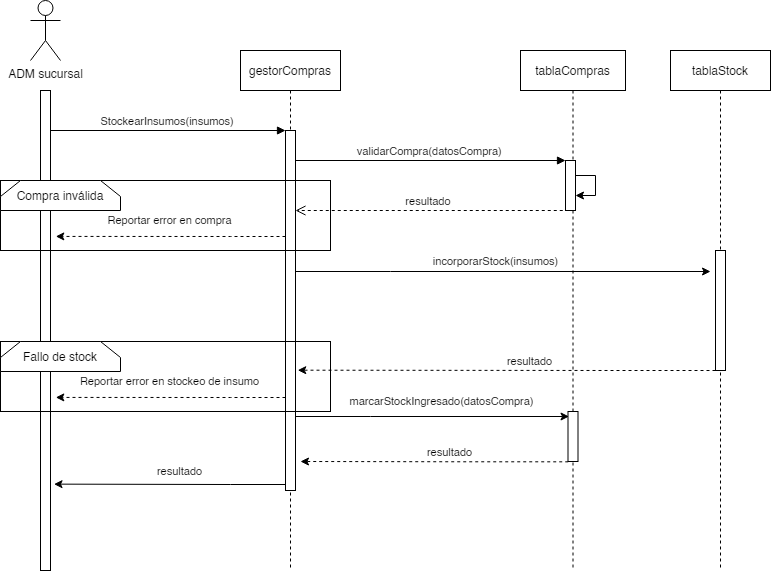
This is Diagramas/diagrama de secuencia.png from T-Lion/Metodologia3, a draw.io export, as it was before one commit. Source tidied: cells renumbered, new cells last; positions are measured from the earlier drawing's top-left corner, leaving out a move shared by most shapes.
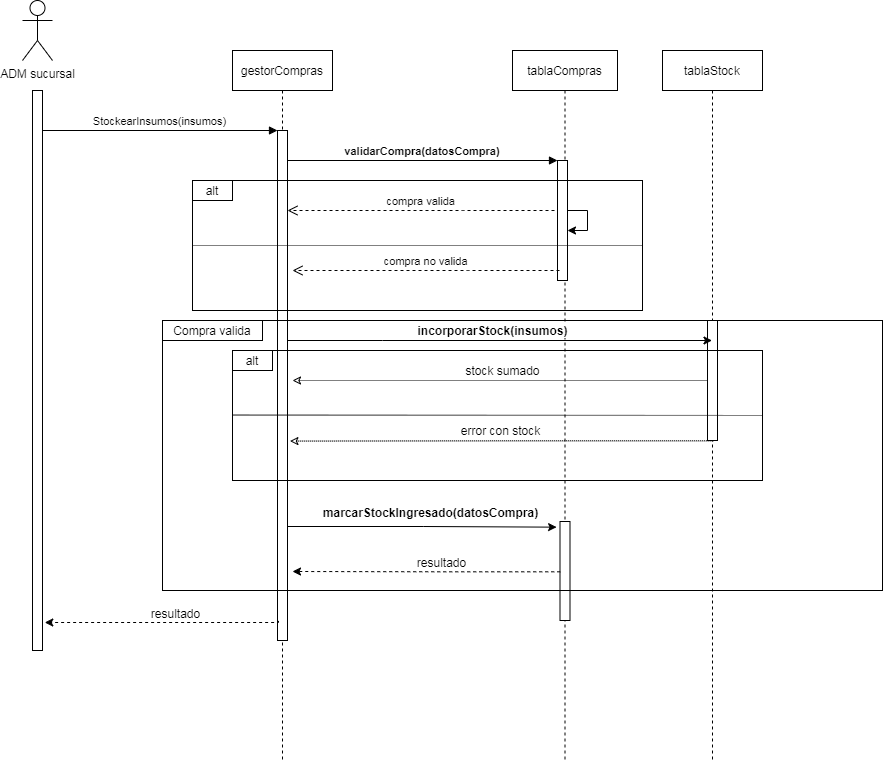
The same file after the commit.

Commit message:
se actualiza el diagrama de secuencia, version final

Change to the diagram source:
```diff
@@ -3,124 +3,130 @@
     <mxCell id="0" />
     <mxCell id="1" parent="0" />
     <mxCell id="2" value="gestorCompras" style="shape=umlLifeline;perimeter=lifelinePerimeter;rounded=0;shadow=0;strokeWidth=1;" parent="1" vertex="1">
-      <mxGeometry x="240" y="50" width="100" height="520" as="geometry" />
+      <mxGeometry x="240" y="50" width="100" height="710" as="geometry" />
     </mxCell>
     <mxCell id="3" style="points=[];perimeter=orthogonalPerimeter;rounded=0;shadow=0;strokeWidth=1;" parent="2" vertex="1">
-      <mxGeometry x="45" y="80" width="10" height="360" as="geometry" />
+      <mxGeometry x="45" y="80" width="10" height="510" as="geometry" />
     </mxCell>
     <mxCell id="4" value="tablaCompras" style="shape=umlLifeline;perimeter=lifelinePerimeter;rounded=0;shadow=0;strokeWidth=1;" parent="1" vertex="1">
-      <mxGeometry x="520" y="50" width="105" height="520" as="geometry" />
+      <mxGeometry x="520" y="50" width="105" height="710" as="geometry" />
     </mxCell>
     <mxCell id="5" style="points=[];perimeter=orthogonalPerimeter;rounded=0;shadow=0;strokeWidth=1;" parent="4" vertex="1">
-      <mxGeometry x="45" y="110" width="10" height="50" as="geometry" />
+      <mxGeometry x="45" y="110" width="10" height="120" as="geometry" />
     </mxCell>
     <mxCell id="6" style="edgeStyle=orthogonalEdgeStyle;rounded=0;orthogonalLoop=1;jettySize=auto;html=1;startArrow=none;startFill=0;strokeColor=#000000;" parent="4" edge="1" source="5" target="5">
       <mxGeometry relative="1" as="geometry" />
     </mxCell>
-    <mxCell id="7" value="resultado" style="verticalAlign=bottom;endArrow=open;dashed=1;endSize=8;shadow=0;strokeWidth=1;exitX=-0.273;exitY=1;exitDx=0;exitDy=0;exitPerimeter=0;" parent="1" edge="1" source="5" target="3">
-      <mxGeometry relative="1" as="geometry" />
+    <mxCell id="7" value="compra valida" style="verticalAlign=bottom;endArrow=open;dashed=1;endSize=8;shadow=0;strokeWidth=1;" parent="1" edge="1" target="3">
+      <mxGeometry relative="1" as="geometry">
+        <mxPoint x="562" y="210" as="sourcePoint" />
+        <Array as="points">
+          <mxPoint x="480" y="210" />
+        </Array>
+      </mxGeometry>
     </mxCell>
-    <mxCell id="8" value="validarCompra(datosCompra)" style="verticalAlign=bottom;endArrow=block;entryX=0;entryY=0;shadow=0;strokeWidth=1;" parent="1" edge="1" source="3" target="5">
+    <mxCell id="8" value="validarCompra(datosCompra)" style="verticalAlign=bottom;endArrow=block;entryX=0;entryY=0;shadow=0;strokeWidth=1;fontStyle=1;" parent="1" edge="1" source="3" target="5">
       <mxGeometry relative="1" as="geometry" />
     </mxCell>
     <mxCell id="9" value="tablaStock" style="shape=umlLifeline;perimeter=lifelinePerimeter;rounded=0;shadow=0;strokeWidth=1;" parent="1" vertex="1">
-      <mxGeometry x="670" y="50" width="100" height="520" as="geometry" />
+      <mxGeometry x="670" y="50" width="100" height="710" as="geometry" />
     </mxCell>
     <mxCell id="10" style="points=[];perimeter=orthogonalPerimeter;rounded=0;shadow=0;strokeWidth=1;" parent="9" vertex="1">
-      <mxGeometry x="45" y="200" width="10" height="120" as="geometry" />
+      <mxGeometry x="45" y="270" width="10" height="120" as="geometry" />
     </mxCell>
     <mxCell id="11" value="ADM sucursal" style="shape=umlActor;verticalLabelPosition=bottom;verticalAlign=top;html=1;" parent="1" vertex="1">
       <mxGeometry x="30" width="30" height="60" as="geometry" />
     </mxCell>
     <mxCell id="12" style="rounded=0;whiteSpace=wrap;html=1;" parent="1" vertex="1">
-      <mxGeometry x="40" y="90" width="10" height="480" as="geometry" />
+      <mxGeometry x="40" y="90" width="10" height="560" as="geometry" />
     </mxCell>
     <mxCell id="13" value="StockearInsumos(insumos)" style="verticalAlign=bottom;startArrow=none;endArrow=block;startSize=8;shadow=0;strokeWidth=1;startFill=0;" parent="1" edge="1" target="3">
       <mxGeometry relative="1" as="geometry">
         <mxPoint x="50" y="130" as="sourcePoint" />
       </mxGeometry>
     </mxCell>
-    <mxCell id="14" value="incorporarStock(insumos)" style="edgeStyle=orthogonalEdgeStyle;rounded=0;orthogonalLoop=1;jettySize=auto;html=1;startArrow=none;startFill=0;strokeColor=#000000;" parent="1" edge="1">
+    <mxCell id="14" value="&lt;b&gt;incorporarStock(insumos)&lt;/b&gt;" style="edgeStyle=orthogonalEdgeStyle;rounded=0;orthogonalLoop=1;jettySize=auto;html=1;startArrow=none;startFill=0;strokeColor=#000000;" parent="1" edge="1">
       <mxGeometry x="-0.03" y="10" relative="1" as="geometry">
-        <mxPoint x="295" y="271" as="sourcePoint" />
-        <mxPoint x="710" y="271" as="targetPoint" />
+        <mxPoint x="295" y="340" as="sourcePoint" />
+        <mxPoint x="719.5" y="340" as="targetPoint" />
         <Array as="points">
-          <mxPoint x="390" y="271" />
-          <mxPoint x="390" y="271" />
+          <mxPoint x="390" y="340" />
+          <mxPoint x="390" y="340" />
         </Array>
       </mxGeometry>
     </mxCell>
     <mxCell id="15" style="points=[];perimeter=orthogonalPerimeter;rounded=0;shadow=0;strokeWidth=1;" parent="1" vertex="1">
-      <mxGeometry x="567.5" y="411" width="10" height="50" as="geometry" />
+      <mxGeometry x="567.5" y="521" width="10" height="99" as="geometry" />
     </mxCell>
-    <mxCell id="16" value="resultado" style="edgeStyle=orthogonalEdgeStyle;rounded=0;orthogonalLoop=1;jettySize=auto;html=1;entryX=1.227;entryY=0.663;entryDx=0;entryDy=0;entryPerimeter=0;dashed=1;startArrow=none;startFill=0;strokeColor=#000000;" parent="1" edge="1">
-      <mxGeometry x="-0.11" y="-9" relative="1" as="geometry">
-        <mxPoint x="715" y="370" as="sourcePoint" />
-        <mxPoint x="297.3" y="369.7" as="targetPoint" />
-        <Array as="points">
-          <mxPoint x="610" y="370" />
-          <mxPoint x="610" y="370" />
-        </Array>
-      </mxGeometry>
-    </mxCell>
-    <mxCell id="17" value="marcarStockIngresado(datosCompra)" style="edgeStyle=orthogonalEdgeStyle;rounded=0;jettySize=auto;html=1;entryX=0.102;entryY=0.1;entryDx=0;entryDy=0;entryPerimeter=0;startArrow=none;startFill=0;strokeColor=#000000;" parent="1" edge="1" target="15">
+    <mxCell id="17" value="marcarStockIngresado(datosCompra)" style="edgeStyle=orthogonalEdgeStyle;rounded=0;jettySize=auto;html=1;startArrow=none;startFill=0;strokeColor=#000000;fontStyle=1;entryX=-0.34;entryY=0.057;entryDx=0;entryDy=0;entryPerimeter=0;" parent="1" edge="1" target="15">
       <mxGeometry x="0.06" y="15" relative="1" as="geometry">
-        <mxPoint x="295" y="416" as="sourcePoint" />
-        <Array as="points">
-          <mxPoint x="370" y="416" />
-          <mxPoint x="370" y="416" />
-        </Array>
+        <mxPoint x="295" y="526" as="sourcePoint" />
       </mxGeometry>
     </mxCell>
     <mxCell id="18" value="resultado" style="edgeStyle=orthogonalEdgeStyle;rounded=0;orthogonalLoop=1;jettySize=auto;html=1;dashed=1;startArrow=none;startFill=0;strokeColor=#000000;" parent="1" edge="1">
       <mxGeometry x="-0.11" y="-9" relative="1" as="geometry">
-        <mxPoint x="567.7" y="461.3" as="sourcePoint" />
-        <mxPoint x="300" y="461" as="targetPoint" />
+        <mxPoint x="567.7" y="571.3" as="sourcePoint" />
+        <mxPoint x="300" y="571" as="targetPoint" />
         <Array as="points">
-          <mxPoint x="462.7" y="461.3" />
-          <mxPoint x="462.7" y="461.3" />
+          <mxPoint x="462.7" y="571.3" />
+          <mxPoint x="462.7" y="571.3" />
         </Array>
       </mxGeometry>
     </mxCell>
-    <mxCell id="19" value="resultado" style="edgeStyle=orthogonalEdgeStyle;rounded=0;orthogonalLoop=1;jettySize=auto;html=1;entryX=1.352;entryY=0.818;entryDx=0;entryDy=0;entryPerimeter=0;startArrow=none;startFill=0;strokeColor=#000000;" parent="1" edge="1">
-      <mxGeometry x="-0.09" y="-13" relative="1" as="geometry">
-        <mxPoint x="285" y="484" as="sourcePoint" />
-        <mxPoint x="53.5" y="483.6" as="targetPoint" />
-        <Array as="points">
-          <mxPoint x="230" y="484" />
-          <mxPoint x="230" y="484" />
-        </Array>
-      </mxGeometry>
-    </mxCell>
-    <mxCell id="20" style="rounded=0;whiteSpace=wrap;html=1;fillColor=none;" parent="1" vertex="1">
-      <mxGeometry y="180" width="330" height="70" as="geometry" />
-    </mxCell>
-    <mxCell id="21" value="Compra inválida" style="shape=loopLimit;whiteSpace=wrap;html=1;" parent="1" vertex="1">
-      <mxGeometry y="180" width="120" height="30" as="geometry" />
-    </mxCell>
-    <mxCell id="22" value="Reportar error en compra" style="edgeStyle=orthogonalEdgeStyle;rounded=0;jettySize=auto;html=1;entryX=1.533;entryY=0.304;entryDx=0;entryDy=0;entryPerimeter=0;dashed=1;" parent="1" edge="1" source="3" target="12">
-      <mxGeometry y="-16" relative="1" as="geometry">
-        <Array as="points">
-          <mxPoint x="230" y="236" />
-          <mxPoint x="230" y="236" />
-        </Array>
-      </mxGeometry>
-    </mxCell>
-    <mxCell id="23" style="rounded=0;whiteSpace=wrap;html=1;fillColor=none;" parent="1" vertex="1">
-      <mxGeometry y="341" width="330" height="70" as="geometry" />
-    </mxCell>
-    <mxCell id="24" value="Fallo de stock" style="shape=loopLimit;whiteSpace=wrap;html=1;" parent="1" vertex="1">
-      <mxGeometry y="341" width="120" height="30" as="geometry" />
-    </mxCell>
-    <mxCell id="25" value="Reportar error en stockeo de insumo" style="edgeStyle=orthogonalEdgeStyle;rounded=0;orthogonalLoop=1;jettySize=auto;html=1;entryX=1.533;entryY=0.304;entryDx=0;entryDy=0;entryPerimeter=0;dashed=1;" parent="1" edge="1">
-      <mxGeometry y="-16" relative="1" as="geometry">
-        <mxPoint x="285" y="397" as="sourcePoint" />
-        <mxPoint x="55.3" y="396.9" as="targetPoint" />
-        <Array as="points">
-          <mxPoint x="230" y="397" />
-          <mxPoint x="230" y="397" />
-        </Array>
-      </mxGeometry>
-    </mxCell>
+    <mxCell id="26" value="compra no valida" style="verticalAlign=bottom;endArrow=open;dashed=1;endSize=8;shadow=0;strokeWidth=1;" parent="1" edge="1">
+      <mxGeometry relative="1" as="geometry">
+        <mxPoint x="567" y="270" as="sourcePoint" />
+        <mxPoint x="300" y="270" as="targetPoint" />
+        <Array as="points">
+          <mxPoint x="485" y="270" />
+        </Array>
+      </mxGeometry>
+    </mxCell>
+    <mxCell id="27" style="rounded=0;whiteSpace=wrap;html=1;fillColor=none;" parent="1" vertex="1">
+      <mxGeometry x="200" y="180" width="450" height="130" as="geometry" />
+    </mxCell>
+    <mxCell id="28" style="endArrow=none;html=1;entryX=1;entryY=0.5;entryDx=0;entryDy=0;dashed=1;exitX=0;exitY=0.5;exitDx=0;exitDy=0;dashPattern=1 1;" parent="1" edge="1" source="27" target="27">
+      <mxGeometry relative="1" as="geometry" />
+    </mxCell>
+    <mxCell id="29" value="alt" style="rounded=0;whiteSpace=wrap;html=1;" parent="1" vertex="1">
+      <mxGeometry x="200" y="180" width="40" height="20" as="geometry" />
+    </mxCell>
+    <mxCell id="30" value="stock sumado" style="edgeStyle=orthogonalEdgeStyle;rounded=0;jettySize=auto;html=1;dashed=1;dashPattern=1 1;endArrow=classic;endFill=0;" parent="1" edge="1" source="10">
+      <mxGeometry x="-0.01" y="-10" relative="1" as="geometry">
+        <mxPoint x="300" y="380" as="targetPoint" />
+      </mxGeometry>
+    </mxCell>
+    <mxCell id="31" value="error con stock" style="edgeStyle=orthogonalEdgeStyle;rounded=0;jettySize=auto;html=1;entryX=1.243;entryY=0.609;entryDx=0;entryDy=0;entryPerimeter=0;dashed=1;dashPattern=1 1;endArrow=classic;endFill=0;" parent="1" edge="1" target="3">
+      <mxGeometry y="-10" relative="1" as="geometry">
+        <mxPoint x="720.7" y="440.3" as="sourcePoint" />
+        <mxPoint x="-1" as="offset" />
+      </mxGeometry>
+    </mxCell>
+    <mxCell id="32" style="rounded=0;whiteSpace=wrap;html=1;fillColor=none;" parent="1" vertex="1">
+      <mxGeometry x="240" y="350" width="530" height="130" as="geometry" />
+    </mxCell>
+    <mxCell id="33" style="endArrow=none;html=1;entryX=1;entryY=0.5;entryDx=0;entryDy=0;dashed=1;exitX=0;exitY=0.5;exitDx=0;exitDy=0;dashPattern=1 1;" parent="1" edge="1" target="32">
+      <mxGeometry relative="1" as="geometry">
+        <mxPoint x="240" y="414.6" as="sourcePoint" />
+      </mxGeometry>
+    </mxCell>
+    <mxCell id="34" value="alt" style="rounded=0;whiteSpace=wrap;html=1;" parent="1" vertex="1">
+      <mxGeometry x="240" y="350" width="40" height="20" as="geometry" />
+    </mxCell>
+    <mxCell id="35" value="resultado" style="edgeStyle=orthogonalEdgeStyle;rounded=0;orthogonalLoop=1;jettySize=auto;html=1;dashed=1;startArrow=none;startFill=0;strokeColor=#000000;exitX=0.097;exitY=0.938;exitDx=0;exitDy=0;exitPerimeter=0;" parent="1" edge="1">
+      <mxGeometry x="-0.11" y="-9" relative="1" as="geometry">
+        <mxPoint x="286" y="620.4" as="sourcePoint" />
+        <mxPoint x="52.3" y="622" as="targetPoint" />
+        <Array as="points">
+          <mxPoint x="286" y="622" />
+        </Array>
+      </mxGeometry>
+    </mxCell>
+    <mxCell id="36" style="rounded=0;whiteSpace=wrap;html=1;fillColor=none;" parent="1" vertex="1">
+      <mxGeometry x="170" y="320" width="720" height="270" as="geometry" />
+    </mxCell>
+    <mxCell id="37" value="Compra valida" style="rounded=0;whiteSpace=wrap;html=1;" parent="1" vertex="1">
+      <mxGeometry x="170" y="320" width="100" height="20" as="geometry" />
+    </mxCell>
   </root>
 </mxGraphModel>
```
